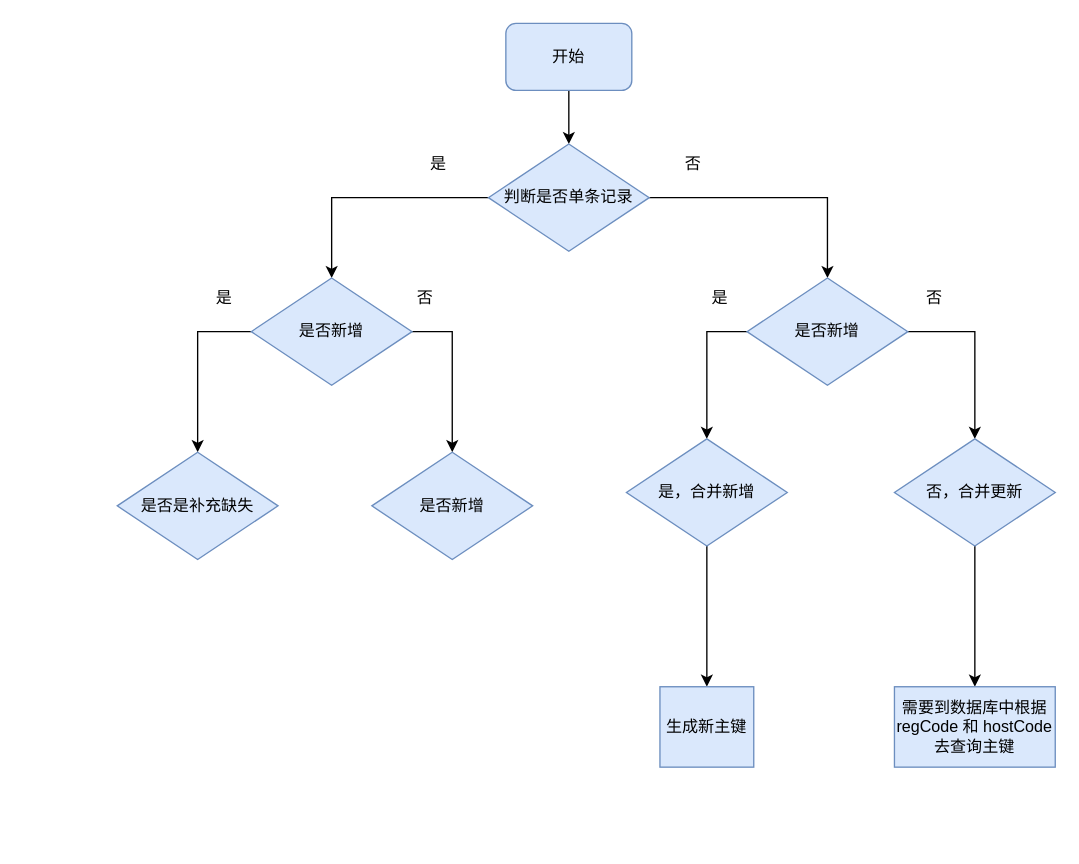
The draw.io diagram 未命名绘图.drawio in atmrrr/drawio2, before the edit. Source tidied: cells renumbered, new cells numbered last; positions are measured from the earlier drawing's top-left corner, leaving out a move shared by most shapes. Both pictures are drawn from the tidied source at 134%, with x=0, y=0 at pixel (117, 23).
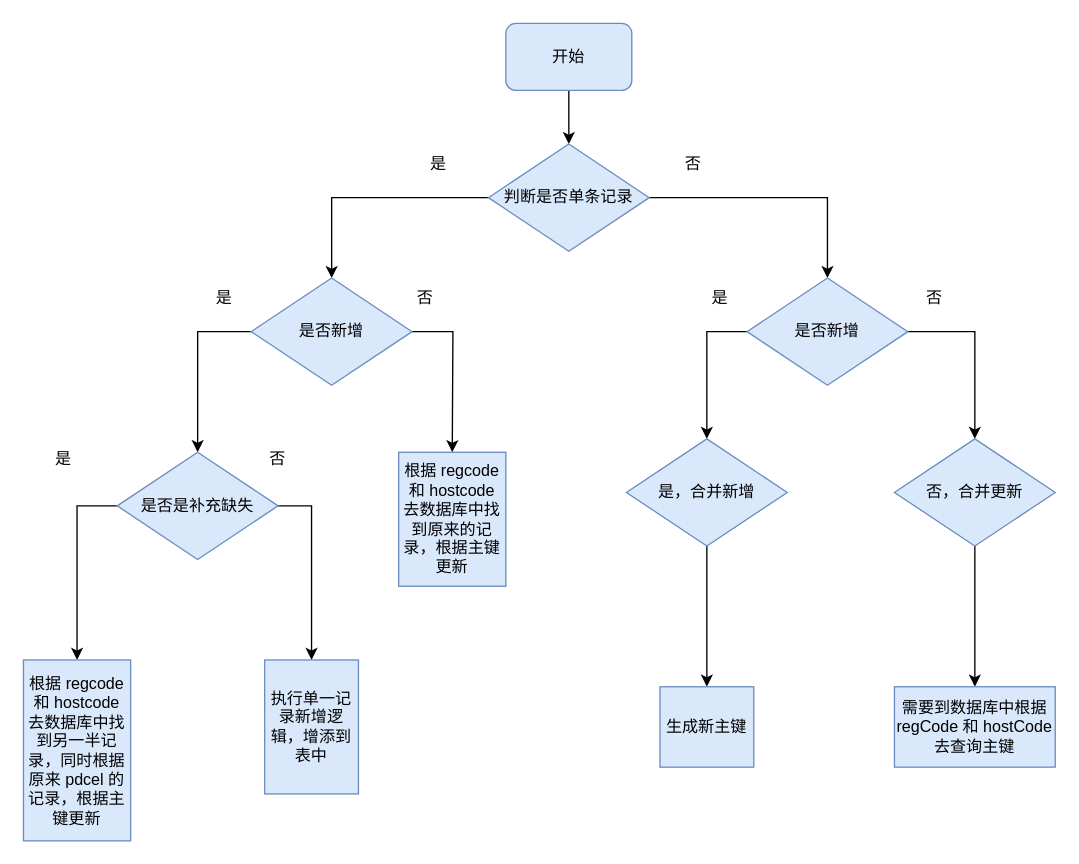
The same page after the edit.

Commit message:
欠款合同报表.drawio

Unchanged cells that the change refers to:
```xml
<mxCell id="9" value="是否新增" style="rhombus;whiteSpace=wrap;html=1;fillColor=#dae8fc;strokeColor=#6c8ebf;" parent="1" vertex="1">
  <mxGeometry x="100" y="190" width="120" height="80" as="geometry" />
</mxCell>
<mxCell id="15" value="是否是补充缺失" style="rhombus;whiteSpace=wrap;html=1;fillColor=#dae8fc;strokeColor=#6c8ebf;" parent="1" vertex="1">
  <mxGeometry y="320" width="120" height="80" as="geometry" />
</mxCell>
```

Change to the diagram source:
```diff
@@
-    <mxCell id="8" style="edgeStyle=orthogonalEdgeStyle;rounded=0;jettySize=auto;html=1;entryX=0.5;entryY=0;entryDx=0;entryDy=0;exitX=1;exitY=0.5;exitDx=0;exitDy=0;" parent="1" edge="1" source="9" target="16">
-      <mxGeometry relative="1" as="geometry" />
+    <mxCell id="8" style="edgeStyle=orthogonalEdgeStyle;rounded=0;jettySize=auto;html=1;entryX=0.5;entryY=0;entryDx=0;entryDy=0;exitX=1;exitY=0.5;exitDx=0;exitDy=0;" parent="1" edge="1" source="9">
+      <mxGeometry relative="1" as="geometry">
+        <mxPoint x="250" y="320" as="targetPoint" />
+      </mxGeometry>
     </mxCell>
@@
+    <mxCell id="27" style="edgeStyle=orthogonalEdgeStyle;rounded=0;jettySize=auto;html=1;entryX=0.5;entryY=0;entryDx=0;entryDy=0;exitX=1;exitY=0.5;exitDx=0;exitDy=0;" parent="1" edge="1" source="15" target="30">
+      <mxGeometry relative="1" as="geometry" />
+    </mxCell>
+    <mxCell id="28" style="edgeStyle=orthogonalEdgeStyle;rounded=0;jettySize=auto;html=1;entryX=0.5;entryY=0;entryDx=0;entryDy=0;exitX=0;exitY=0.5;exitDx=0;exitDy=0;" parent="1" edge="1" source="15" target="31">
+      <mxGeometry relative="1" as="geometry" />
+    </mxCell>
@@
-    <mxCell id="16" value="是否新增" style="rhombus;whiteSpace=wrap;html=1;fillColor=#dae8fc;strokeColor=#6c8ebf;" parent="1" vertex="1">
-      <mxGeometry x="190" y="320" width="120" height="80" as="geometry" />
-    </mxCell>
@@
+    <mxCell id="29" value="根据 regcode 和 hostcode 去数据库中找到原来的记录，根据主键更新" style="rounded=0;whiteSpace=wrap;html=1;fillColor=#dae8fc;strokeColor=#6c8ebf;" parent="1" vertex="1">
+      <mxGeometry x="210" y="320" width="80" height="100" as="geometry" />
+    </mxCell>
+    <mxCell id="30" value="执行单一记录新增逻辑，增添到表中" style="rounded=0;whiteSpace=wrap;html=1;fillColor=#dae8fc;strokeColor=#6c8ebf;" parent="1" vertex="1">
+      <mxGeometry x="110" y="475" width="70" height="100" as="geometry" />
+    </mxCell>
+    <mxCell id="31" value="根据 regcode 和 hostcode 去数据库中找到另一半记录，同时根据原来 pdcel 的记录，根据主键更新" style="rounded=0;whiteSpace=wrap;html=1;fillColor=#dae8fc;strokeColor=#6c8ebf;" parent="1" vertex="1">
+      <mxGeometry x="-70" y="475" width="80" height="135" as="geometry" />
+    </mxCell>
+    <mxCell id="32" value="是" style="text;html=1;whiteSpace=wrap;strokeColor=none;fillColor=none;align=center;verticalAlign=middle;rounded=0;" parent="1" vertex="1">
+      <mxGeometry x="-70" y="310" width="60" height="30" as="geometry" />
+    </mxCell>
+    <mxCell id="33" value="否" style="text;html=1;whiteSpace=wrap;strokeColor=none;fillColor=none;align=center;verticalAlign=middle;rounded=0;" parent="1" vertex="1">
+      <mxGeometry x="90" y="310" width="60" height="30" as="geometry" />
+    </mxCell>
```
